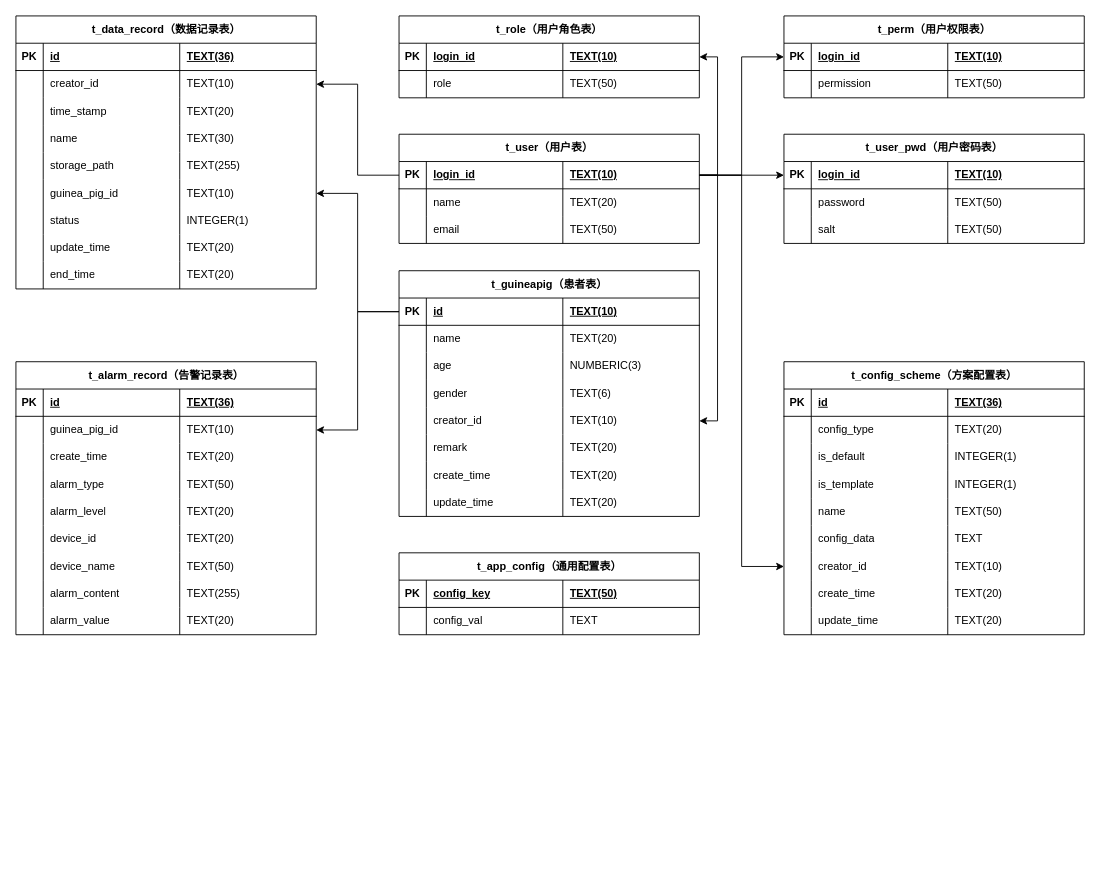
yz360307/draw keeps this draw.io diagram as 详细设计-后端-数据库-详细设计.drawio. Above is the earlier version. Source tidied: cells renumbered, new cells numbered last; positions are measured from the earlier drawing's top-left corner, leaving out a move shared by most shapes. Both pictures are drawn from the tidied source at 91%, with x=0, y=0 at pixel (15, 15).
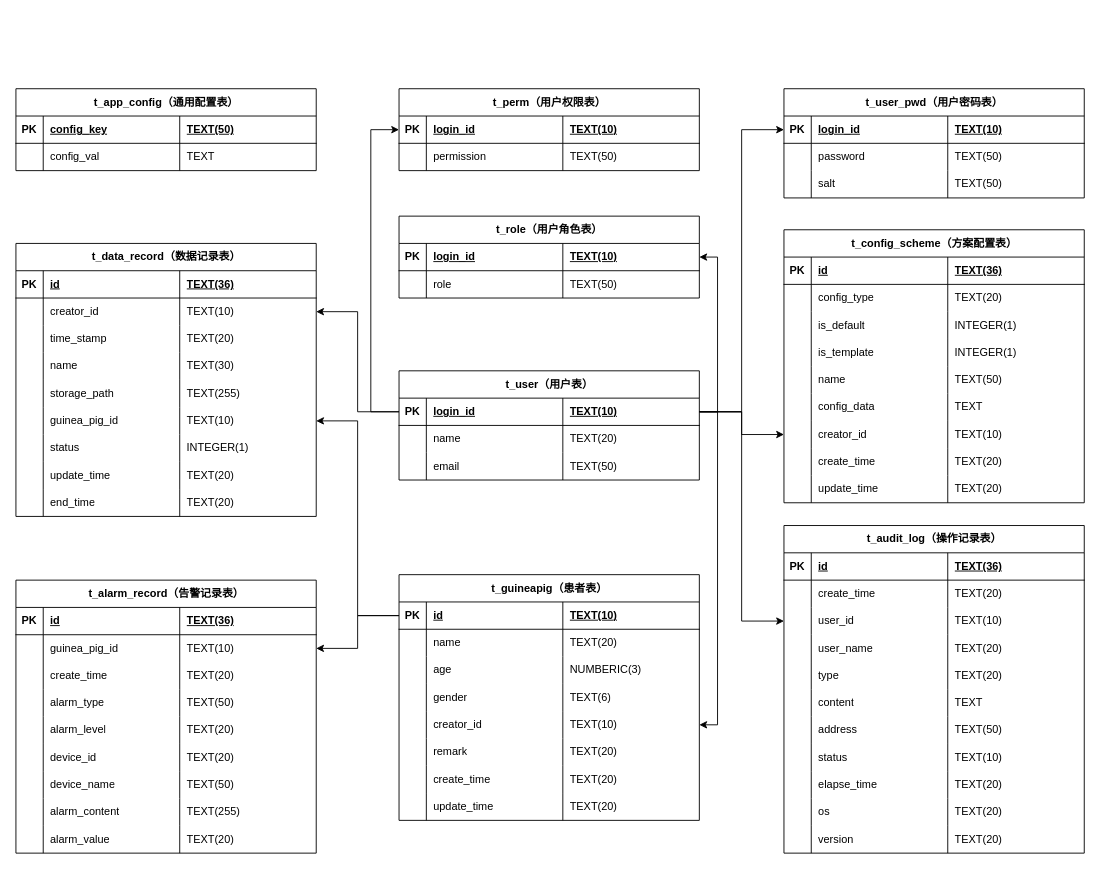
The same page after the edit.

Commit message:
更新详细设计-后端-数据库-详细设计.drawio

The change refers to these unchanged cells:
```xml
<mxCell id="3" style="shape=tableRow;horizontal=0;startSize=0;swimlaneHead=0;swimlaneBody=0;fillColor=none;points=[[0,0.5],[1,0.5]];portConstraint=eastwest;top=0;left=0;right=0;bottom=1;" parent="2" vertex="1">
  <mxGeometry y="30" width="330" height="30" as="geometry" />
</mxCell>
<mxCell id="196" style="shape=tableRow;horizontal=0;startSize=0;swimlaneHead=0;swimlaneBody=0;fillColor=none;points=[[0,0.5],[1,0.5]];portConstraint=eastwest;top=0;left=0;right=0;bottom=1;" parent="195" vertex="1">
  <mxGeometry y="30" width="330" height="30" as="geometry" />
</mxCell>
```

The edit, as a diff of the source:
```diff
@@
     <mxCell id="2" value="t_user（用户表）" style="shape=table;startSize=30;childLayout=tableLayout;rowLines=0;fontStyle=1;align=center;html=1;" parent="1" vertex="1">
-      <mxGeometry x="421" y="130" width="330" height="120" as="geometry" />
+      <mxGeometry x="421" y="390" width="330" height="120" as="geometry" />
     </mxCell>
@@
     <mxCell id="15" value="t_user_pwd（用户密码表）" style="shape=table;startSize=30;childLayout=tableLayout;rowLines=0;fontStyle=1;align=center;html=1;" parent="1" vertex="1">
-      <mxGeometry x="844" y="130" width="330" height="120" as="geometry" />
+      <mxGeometry x="844" y="80" width="330" height="120" as="geometry" />
     </mxCell>
@@
     <mxCell id="29" value="t_guineapig（患者表）" style="shape=table;startSize=30;childLayout=tableLayout;rowLines=0;fontStyle=1;align=center;html=1;" parent="1" vertex="1">
-      <mxGeometry x="421" y="280" width="330" height="270" as="geometry" />
+      <mxGeometry x="421" y="614" width="330" height="270" as="geometry" />
     </mxCell>
@@
     <mxCell id="62" value="t_data_record（数据记录表）" style="shape=table;startSize=30;childLayout=tableLayout;rowLines=0;fontStyle=1;align=center;html=1;" parent="1" vertex="1">
-      <mxGeometry width="330" height="300" as="geometry" />
+      <mxGeometry y="250" width="330" height="300" as="geometry" />
     </mxCell>
@@
     <mxCell id="100" value="t_config_scheme（方案配置表）" style="shape=table;startSize=30;childLayout=tableLayout;rowLines=0;fontStyle=1;align=center;html=1;" parent="1" vertex="1">
-      <mxGeometry x="844" y="380" width="330" height="300" as="geometry" />
+      <mxGeometry x="844" y="235" width="330" height="300" as="geometry" />
     </mxCell>
@@
     <mxCell id="137" value="t_app_config（通用配置表）" style="shape=table;startSize=30;childLayout=tableLayout;rowLines=0;fontStyle=1;align=center;html=1;" parent="1" vertex="1">
-      <mxGeometry x="421" y="590" width="330" height="90" as="geometry" />
+      <mxGeometry y="80" width="330" height="90" as="geometry" />
     </mxCell>
@@
     <mxCell id="146" value="t_alarm_record（告警记录表）" style="shape=table;startSize=30;childLayout=tableLayout;rowLines=0;fontStyle=1;align=center;html=1;" parent="1" vertex="1">
-      <mxGeometry y="380" width="330" height="300" as="geometry" />
+      <mxGeometry y="620" width="330" height="300" as="geometry" />
     </mxCell>
@@
     <mxCell id="186" value="t_role（用户角色表）" style="shape=table;startSize=30;childLayout=tableLayout;rowLines=0;fontStyle=1;align=center;html=1;" parent="1" vertex="1">
-      <mxGeometry x="421" width="330" height="90" as="geometry" />
+      <mxGeometry x="421" y="220" width="330" height="90" as="geometry" />
     </mxCell>
@@
     <mxCell id="195" value="t_perm（用户权限表）" style="shape=table;startSize=30;childLayout=tableLayout;rowLines=0;fontStyle=1;align=center;html=1;" parent="1" vertex="1">
-      <mxGeometry x="844" width="330" height="90" as="geometry" />
+      <mxGeometry x="421" y="80" width="330" height="90" as="geometry" />
     </mxCell>
@@
     <mxCell id="205" style="edgeStyle=orthogonalEdgeStyle;rounded=0;jettySize=auto;html=1;entryX=0;entryY=0.5;entryDx=0;entryDy=0;" parent="1" edge="1" source="3" target="196">
-      <mxGeometry relative="1" as="geometry" />
+      <mxGeometry relative="1" as="geometry">
+        <Array as="points">
+          <mxPoint x="390" y="435" />
+          <mxPoint x="390" y="125" />
+        </Array>
+      </mxGeometry>
     </mxCell>
@@
+    <mxCell id="207" value="t_audit_log（操作记录表）" style="shape=table;startSize=30;childLayout=tableLayout;rowLines=0;fontStyle=1;align=center;html=1;" parent="1" vertex="1">
+      <mxGeometry x="844" y="560" width="330" height="360" as="geometry" />
+    </mxCell>
+    <mxCell id="208" style="shape=tableRow;horizontal=0;startSize=0;swimlaneHead=0;swimlaneBody=0;fillColor=none;top=0;left=0;right=0;bottom=1;" parent="207" vertex="1">
+      <mxGeometry y="30" width="330" height="30" as="geometry" />
+    </mxCell>
+    <mxCell id="209" value="PK" style="shape=partialRectangle;fillColor=none;top=0;left=0;bottom=0;right=0;fontStyle=1;overflow=hidden;whiteSpace=wrap;html=1;" parent="208" vertex="1">
+      <mxGeometry width="30" height="30" as="geometry" />
+    </mxCell>
+    <mxCell id="210" value="id" style="shape=partialRectangle;fillColor=none;top=0;left=0;bottom=0;right=0;align=left;spacingLeft=6;fontStyle=5;overflow=hidden;whiteSpace=wrap;html=1;" parent="208" vertex="1">
+      <mxGeometry x="30" width="150" height="30" as="geometry" />
+    </mxCell>
+    <mxCell id="211" value="TEXT(36)" style="shape=partialRectangle;fillColor=none;top=0;left=0;bottom=0;right=0;align=left;spacingLeft=6;fontStyle=5;overflow=hidden;whiteSpace=wrap;html=1;" parent="208" vertex="1">
+      <mxGeometry x="180" width="150" height="30" as="geometry" />
+    </mxCell>
+    <mxCell id="212" style="shape=tableRow;horizontal=0;startSize=0;swimlaneHead=0;swimlaneBody=0;fillColor=none;top=0;left=0;right=0;bottom=0;" parent="207" vertex="1">
+      <mxGeometry y="60" width="330" height="30" as="geometry" />
+    </mxCell>
+    <mxCell id="213" style="shape=partialRectangle;fillColor=none;top=0;left=0;bottom=0;right=0;overflow=hidden;whiteSpace=wrap;html=1;" parent="212" vertex="1">
+      <mxGeometry width="30" height="30" as="geometry" />
+    </mxCell>
+    <mxCell id="214" value="create_time" style="shape=partialRectangle;fillColor=none;top=0;left=0;bottom=0;right=0;align=left;spacingLeft=6;overflow=hidden;whiteSpace=wrap;html=1;" parent="212" vertex="1">
+      <mxGeometry x="30" width="150" height="30" as="geometry" />
+    </mxCell>
+    <mxCell id="215" value="TEXT(20)" style="shape=partialRectangle;fillColor=none;top=0;left=0;bottom=0;right=0;align=left;spacingLeft=6;overflow=hidden;whiteSpace=wrap;html=1;" parent="212" vertex="1">
+      <mxGeometry x="180" width="150" height="30" as="geometry" />
+    </mxCell>
+    <mxCell id="216" style="shape=tableRow;horizontal=0;startSize=0;swimlaneHead=0;swimlaneBody=0;fillColor=none;points=[[0,0.5],[1,0.5]];portConstraint=eastwest;top=0;left=0;right=0;bottom=0;" parent="207" vertex="1">
+      <mxGeometry y="90" width="330" height="30" as="geometry" />
+    </mxCell>
+    <mxCell id="217" style="shape=partialRectangle;fillColor=none;top=0;left=0;bottom=0;right=0;overflow=hidden;whiteSpace=wrap;html=1;" parent="216" vertex="1">
+      <mxGeometry width="30" height="30" as="geometry" />
+    </mxCell>
+    <mxCell id="218" value="user_id" style="shape=partialRectangle;fillColor=none;top=0;left=0;bottom=0;right=0;align=left;spacingLeft=6;overflow=hidden;whiteSpace=wrap;html=1;" parent="216" vertex="1">
+      <mxGeometry x="30" width="150" height="30" as="geometry" />
+    </mxCell>
+    <mxCell id="219" value="TEXT(10)" style="shape=partialRectangle;fillColor=none;top=0;left=0;bottom=0;right=0;align=left;spacingLeft=6;overflow=hidden;whiteSpace=wrap;html=1;" parent="216" vertex="1">
+      <mxGeometry x="180" width="150" height="30" as="geometry" />
+    </mxCell>
+    <mxCell id="220" style="shape=tableRow;horizontal=0;startSize=0;swimlaneHead=0;swimlaneBody=0;fillColor=none;top=0;left=0;right=0;bottom=0;" parent="207" vertex="1">
+      <mxGeometry y="120" width="330" height="30" as="geometry" />
+    </mxCell>
+    <mxCell id="221" style="shape=partialRectangle;fillColor=none;top=0;left=0;bottom=0;right=0;overflow=hidden;whiteSpace=wrap;html=1;" parent="220" vertex="1">
+      <mxGeometry width="30" height="30" as="geometry" />
+    </mxCell>
+    <mxCell id="222" value="user_name" style="shape=partialRectangle;fillColor=none;top=0;left=0;bottom=0;right=0;align=left;spacingLeft=6;overflow=hidden;whiteSpace=wrap;html=1;" parent="220" vertex="1">
+      <mxGeometry x="30" width="150" height="30" as="geometry" />
+    </mxCell>
+    <mxCell id="223" value="TEXT(20)" style="shape=partialRectangle;fillColor=none;top=0;left=0;bottom=0;right=0;align=left;spacingLeft=6;overflow=hidden;whiteSpace=wrap;html=1;" parent="220" vertex="1">
+      <mxGeometry x="180" width="150" height="30" as="geometry" />
+    </mxCell>
+    <mxCell id="224" style="shape=tableRow;horizontal=0;startSize=0;swimlaneHead=0;swimlaneBody=0;fillColor=none;top=0;left=0;right=0;bottom=0;" parent="207" vertex="1">
+      <mxGeometry y="150" width="330" height="30" as="geometry" />
+    </mxCell>
+    <mxCell id="225" style="shape=partialRectangle;fillColor=none;top=0;left=0;bottom=0;right=0;overflow=hidden;whiteSpace=wrap;html=1;" parent="224" vertex="1">
+      <mxGeometry width="30" height="30" as="geometry" />
+    </mxCell>
+    <mxCell id="226" value="type" style="shape=partialRectangle;fillColor=none;top=0;left=0;bottom=0;right=0;align=left;spacingLeft=6;overflow=hidden;whiteSpace=wrap;html=1;" parent="224" vertex="1">
+      <mxGeometry x="30" width="150" height="30" as="geometry" />
+    </mxCell>
+    <mxCell id="227" value="TEXT(20)" style="shape=partialRectangle;fillColor=none;top=0;left=0;bottom=0;right=0;align=left;spacingLeft=6;overflow=hidden;whiteSpace=wrap;html=1;" parent="224" vertex="1">
+      <mxGeometry x="180" width="150" height="30" as="geometry" />
+    </mxCell>
+    <mxCell id="228" style="shape=tableRow;horizontal=0;startSize=0;swimlaneHead=0;swimlaneBody=0;fillColor=none;top=0;left=0;right=0;bottom=0;" parent="207" vertex="1">
+      <mxGeometry y="180" width="330" height="30" as="geometry" />
+    </mxCell>
+    <mxCell id="229" style="shape=partialRectangle;fillColor=none;top=0;left=0;bottom=0;right=0;overflow=hidden;whiteSpace=wrap;html=1;" parent="228" vertex="1">
+      <mxGeometry width="30" height="30" as="geometry" />
+    </mxCell>
+    <mxCell id="230" value="content" style="shape=partialRectangle;fillColor=none;top=0;left=0;bottom=0;right=0;align=left;spacingLeft=6;overflow=hidden;whiteSpace=wrap;html=1;" parent="228" vertex="1">
+      <mxGeometry x="30" width="150" height="30" as="geometry" />
+    </mxCell>
+    <mxCell id="231" value="TEXT" style="shape=partialRectangle;fillColor=none;top=0;left=0;bottom=0;right=0;align=left;spacingLeft=6;overflow=hidden;whiteSpace=wrap;html=1;" parent="228" vertex="1">
+      <mxGeometry x="180" width="150" height="30" as="geometry" />
+    </mxCell>
+    <mxCell id="232" style="shape=tableRow;horizontal=0;startSize=0;swimlaneHead=0;swimlaneBody=0;fillColor=none;top=0;left=0;right=0;bottom=0;" parent="207" vertex="1">
+      <mxGeometry y="210" width="330" height="30" as="geometry" />
+    </mxCell>
+    <mxCell id="233" style="shape=partialRectangle;fillColor=none;top=0;left=0;bottom=0;right=0;overflow=hidden;whiteSpace=wrap;html=1;" parent="232" vertex="1">
+      <mxGeometry width="30" height="30" as="geometry" />
+    </mxCell>
+    <mxCell id="234" value="address" style="shape=partialRectangle;fillColor=none;top=0;left=0;bottom=0;right=0;align=left;spacingLeft=6;overflow=hidden;whiteSpace=wrap;html=1;" parent="232" vertex="1">
+      <mxGeometry x="30" width="150" height="30" as="geometry" />
+    </mxCell>
+    <mxCell id="235" value="TEXT(50)" style="shape=partialRectangle;fillColor=none;top=0;left=0;bottom=0;right=0;align=left;spacingLeft=6;overflow=hidden;whiteSpace=wrap;html=1;" parent="232" vertex="1">
+      <mxGeometry x="180" width="150" height="30" as="geometry" />
+    </mxCell>
+    <mxCell id="236" style="shape=tableRow;horizontal=0;startSize=0;swimlaneHead=0;swimlaneBody=0;fillColor=none;top=0;left=0;right=0;bottom=0;" parent="207" vertex="1">
+      <mxGeometry y="240" width="330" height="30" as="geometry" />
+    </mxCell>
+    <mxCell id="237" style="shape=partialRectangle;fillColor=none;top=0;left=0;bottom=0;right=0;overflow=hidden;whiteSpace=wrap;html=1;" parent="236" vertex="1">
+      <mxGeometry width="30" height="30" as="geometry" />
+    </mxCell>
+    <mxCell id="238" value="status" style="shape=partialRectangle;fillColor=none;top=0;left=0;bottom=0;right=0;align=left;spacingLeft=6;overflow=hidden;whiteSpace=wrap;html=1;" parent="236" vertex="1">
+      <mxGeometry x="30" width="150" height="30" as="geometry" />
+    </mxCell>
+    <mxCell id="239" value="TEXT(10)" style="shape=partialRectangle;fillColor=none;top=0;left=0;bottom=0;right=0;align=left;spacingLeft=6;overflow=hidden;whiteSpace=wrap;html=1;" parent="236" vertex="1">
+      <mxGeometry x="180" width="150" height="30" as="geometry" />
+    </mxCell>
+    <mxCell id="240" style="shape=tableRow;horizontal=0;startSize=0;swimlaneHead=0;swimlaneBody=0;fillColor=none;top=0;left=0;right=0;bottom=0;" parent="207" vertex="1">
+      <mxGeometry y="270" width="330" height="30" as="geometry" />
+    </mxCell>
+    <mxCell id="241" style="shape=partialRectangle;fillColor=none;top=0;left=0;bottom=0;right=0;overflow=hidden;whiteSpace=wrap;html=1;" parent="240" vertex="1">
+      <mxGeometry width="30" height="30" as="geometry" />
+    </mxCell>
+    <mxCell id="242" value="elapse_time" style="shape=partialRectangle;fillColor=none;top=0;left=0;bottom=0;right=0;align=left;spacingLeft=6;overflow=hidden;whiteSpace=wrap;html=1;" parent="240" vertex="1">
+      <mxGeometry x="30" width="150" height="30" as="geometry" />
+    </mxCell>
+    <mxCell id="243" value="TEXT(20)" style="shape=partialRectangle;fillColor=none;top=0;left=0;bottom=0;right=0;align=left;spacingLeft=6;overflow=hidden;whiteSpace=wrap;html=1;" parent="240" vertex="1">
+      <mxGeometry x="180" width="150" height="30" as="geometry" />
+    </mxCell>
+    <mxCell id="244" style="shape=tableRow;horizontal=0;startSize=0;swimlaneHead=0;swimlaneBody=0;fillColor=none;top=0;left=0;right=0;bottom=0;" parent="207" vertex="1">
+      <mxGeometry y="300" width="330" height="30" as="geometry" />
+    </mxCell>
+    <mxCell id="245" style="shape=partialRectangle;fillColor=none;top=0;left=0;bottom=0;right=0;overflow=hidden;whiteSpace=wrap;html=1;" parent="244" vertex="1">
+      <mxGeometry width="30" height="30" as="geometry" />
+    </mxCell>
+    <mxCell id="246" value="os" style="shape=partialRectangle;fillColor=none;top=0;left=0;bottom=0;right=0;align=left;spacingLeft=6;overflow=hidden;whiteSpace=wrap;html=1;" parent="244" vertex="1">
+      <mxGeometry x="30" width="150" height="30" as="geometry" />
+    </mxCell>
+    <mxCell id="247" value="TEXT(20)" style="shape=partialRectangle;fillColor=none;top=0;left=0;bottom=0;right=0;align=left;spacingLeft=6;overflow=hidden;whiteSpace=wrap;html=1;" parent="244" vertex="1">
+      <mxGeometry x="180" width="150" height="30" as="geometry" />
+    </mxCell>
+    <mxCell id="248" style="shape=tableRow;horizontal=0;startSize=0;swimlaneHead=0;swimlaneBody=0;fillColor=none;top=0;left=0;right=0;bottom=0;" parent="207" vertex="1">
+      <mxGeometry y="330" width="330" height="30" as="geometry" />
+    </mxCell>
+    <mxCell id="249" style="shape=partialRectangle;fillColor=none;top=0;left=0;bottom=0;right=0;overflow=hidden;whiteSpace=wrap;html=1;" parent="248" vertex="1">
+      <mxGeometry width="30" height="30" as="geometry" />
+    </mxCell>
+    <mxCell id="250" value="version" style="shape=partialRectangle;fillColor=none;top=0;left=0;bottom=0;right=0;align=left;spacingLeft=6;overflow=hidden;whiteSpace=wrap;html=1;" parent="248" vertex="1">
+      <mxGeometry x="30" width="150" height="30" as="geometry" />
+    </mxCell>
+    <mxCell id="251" value="TEXT(20)" style="shape=partialRectangle;fillColor=none;top=0;left=0;bottom=0;right=0;align=left;spacingLeft=6;overflow=hidden;whiteSpace=wrap;html=1;" parent="248" vertex="1">
+      <mxGeometry x="180" width="150" height="30" as="geometry" />
+    </mxCell>
+    <mxCell id="252" style="edgeStyle=orthogonalEdgeStyle;rounded=0;jettySize=auto;html=1;entryX=0;entryY=0.5;entryDx=0;entryDy=0;" parent="1" edge="1" source="3" target="216">
+      <mxGeometry relative="1" as="geometry" />
+    </mxCell>
```
